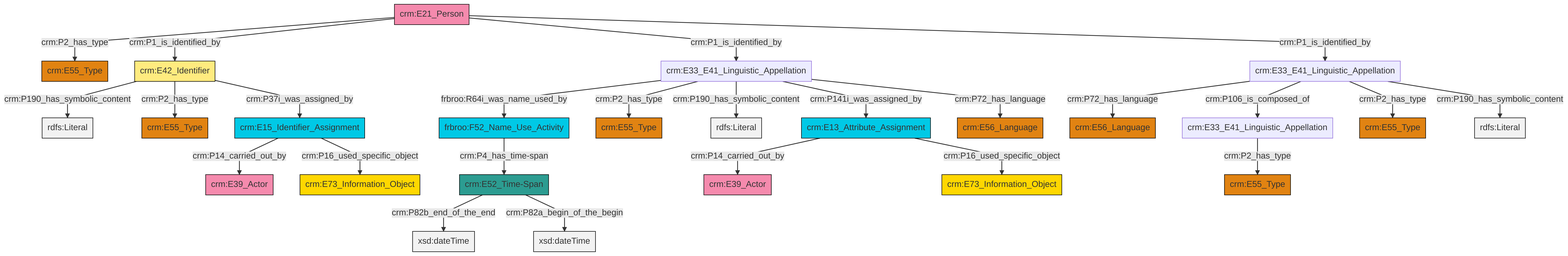
Before: et/personCSV/ttl/mmd/png/Person_Names_and_Classification.png, a diagram exported from Mermaid (swiss-art-research-net/reference-data-models). Its source is kept beside it as et/personCSV/ttl/mmd/Person_Names_and_Classification.ttl.mmd.
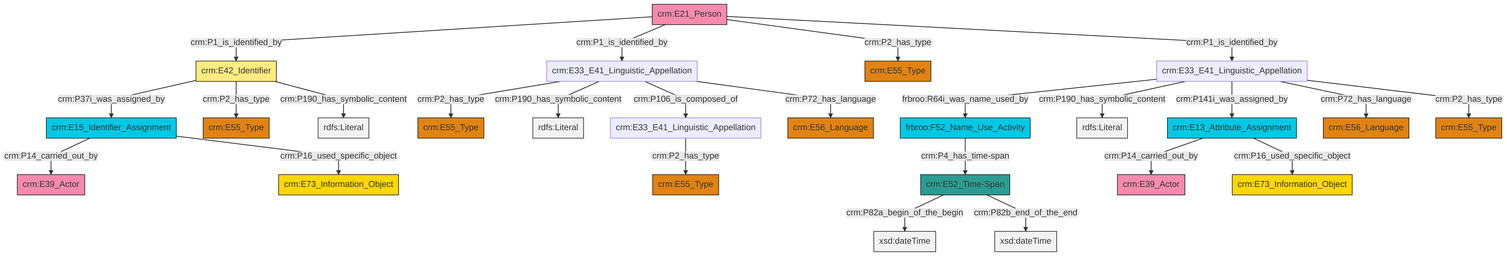
The same file after the commit.

What changed in the source:
```diff
@@ -13,27 +13,27 @@
 classDef PC_Classes fill:#4ce600, stroke:#000000;
 classDef Multi fill:#cccccc,stroke:#000000;
 
-2["crm:E13_Attribute_Assignment"]:::Temporal_Entity -->|crm:P14_carried_out_by| 0["crm:E39_Actor"]:::Actor
-3["crm:E21_Person"]:::Actor -->|crm:P2_has_type| 4["crm:E55_Type"]:::Type
-7["crm:E33_E41_Linguistic_Appellation"]:::Default -->|frbroo:R64i_was_name_used_by| 8["frbroo:F52_Name_Use_Activity"]:::Temporal_Entity
-3["crm:E21_Person"]:::Actor -->|crm:P1_is_identified_by| 9["crm:E42_Identifier"]:::Appellation
-3["crm:E21_Person"]:::Actor -->|crm:P1_is_identified_by| 7["crm:E33_E41_Linguistic_Appellation"]:::Default
-7["crm:E33_E41_Linguistic_Appellation"]:::Default -->|crm:P2_has_type| 15["crm:E55_Type"]:::Type
-2["crm:E13_Attribute_Assignment"]:::Temporal_Entity -->|crm:P16_used_specific_object| 19["crm:E73_Information_Object"]:::Conceptual_Object
-10["crm:E33_E41_Linguistic_Appellation"]:::Default -->|crm:P72_has_language| 22["crm:E56_Language"]:::Type
-10["crm:E33_E41_Linguistic_Appellation"]:::Default -->|crm:P106_is_composed_of| 12["crm:E33_E41_Linguistic_Appellation"]:::Default
-7["crm:E33_E41_Linguistic_Appellation"]:::Default -->|crm:P190_has_symbolic_content| 25[rdfs:Literal]:::Literal
-9["crm:E42_Identifier"]:::Appellation -->|crm:P190_has_symbolic_content| 26[rdfs:Literal]:::Literal
-12["crm:E33_E41_Linguistic_Appellation"]:::Default -->|crm:P2_has_type| 28["crm:E55_Type"]:::Type
-9["crm:E42_Identifier"]:::Appellation -->|crm:P2_has_type| 20["crm:E55_Type"]:::Type
-7["crm:E33_E41_Linguistic_Appellation"]:::Default -->|crm:P141i_was_assigned_by| 2["crm:E13_Attribute_Assignment"]:::Temporal_Entity
-9["crm:E42_Identifier"]:::Appellation -->|crm:P37i_was_assigned_by| 5["crm:E15_Identifier_Assignment"]:::Temporal_Entity
-10["crm:E33_E41_Linguistic_Appellation"]:::Default -->|crm:P2_has_type| 16["crm:E55_Type"]:::Type
-37["crm:E52_Time-Span"]:::Time-Span -->|crm:P82b_end_of_the_end| 38[xsd:dateTime]:::Literal
-5["crm:E15_Identifier_Assignment"]:::Temporal_Entity -->|crm:P14_carried_out_by| 34["crm:E39_Actor"]:::Actor
-7["crm:E33_E41_Linguistic_Appellation"]:::Default -->|crm:P72_has_language| 31["crm:E56_Language"]:::Type
-10["crm:E33_E41_Linguistic_Appellation"]:::Default -->|crm:P190_has_symbolic_content| 44[rdfs:Literal]:::Literal
-5["crm:E15_Identifier_Assignment"]:::Temporal_Entity -->|crm:P16_used_specific_object| 23["crm:E73_Information_Object"]:::Conceptual_Object
-37["crm:E52_Time-Span"]:::Time-Span -->|crm:P82a_begin_of_the_begin| 46[xsd:dateTime]:::Literal
-8["frbroo:F52_Name_Use_Activity"]:::Temporal_Entity -->|crm:P4_has_time-span| 37["crm:E52_Time-Span"]:::Time-Span
-3["crm:E21_Person"]:::Actor -->|crm:P1_is_identified_by| 10["crm:E33_E41_Linguistic_Appellation"]:::Default
+2["crm:E21_Person"]:::Actor -->|crm:P1_is_identified_by| 3["crm:E42_Identifier"]:::Appellation
+10["crm:E15_Identifier_Assignment"]:::Temporal_Entity -->|crm:P14_carried_out_by| 11["crm:E39_Actor"]:::Actor
+12["crm:E33_E41_Linguistic_Appellation"]:::Default -->|crm:P2_has_type| 4["crm:E55_Type"]:::Type
+0["crm:E33_E41_Linguistic_Appellation"]:::Default -->|frbroo:R64i_was_name_used_by| 13["frbroo:F52_Name_Use_Activity"]:::Temporal_Entity
+16["crm:E52_Time-Span"]:::Time-Span -->|crm:P82a_begin_of_the_begin| 17[xsd:dateTime]:::Literal
+0["crm:E33_E41_Linguistic_Appellation"]:::Default -->|crm:P190_has_symbolic_content| 18[rdfs:Literal]:::Literal
+6["crm:E13_Attribute_Assignment"]:::Temporal_Entity -->|crm:P14_carried_out_by| 21["crm:E39_Actor"]:::Actor
+10["crm:E15_Identifier_Assignment"]:::Temporal_Entity -->|crm:P16_used_specific_object| 22["crm:E73_Information_Object"]:::Conceptual_Object
+6["crm:E13_Attribute_Assignment"]:::Temporal_Entity -->|crm:P16_used_specific_object| 8["crm:E73_Information_Object"]:::Conceptual_Object
+3["crm:E42_Identifier"]:::Appellation -->|crm:P37i_was_assigned_by| 10["crm:E15_Identifier_Assignment"]:::Temporal_Entity
+0["crm:E33_E41_Linguistic_Appellation"]:::Default -->|crm:P141i_was_assigned_by| 6["crm:E13_Attribute_Assignment"]:::Temporal_Entity
+0["crm:E33_E41_Linguistic_Appellation"]:::Default -->|crm:P72_has_language| 29["crm:E56_Language"]:::Type
+0["crm:E33_E41_Linguistic_Appellation"]:::Default -->|crm:P2_has_type| 26["crm:E55_Type"]:::Type
+3["crm:E42_Identifier"]:::Appellation -->|crm:P2_has_type| 14["crm:E55_Type"]:::Type
+12["crm:E33_E41_Linguistic_Appellation"]:::Default -->|crm:P190_has_symbolic_content| 35[rdfs:Literal]:::Literal
+12["crm:E33_E41_Linguistic_Appellation"]:::Default -->|crm:P106_is_composed_of| 19["crm:E33_E41_Linguistic_Appellation"]:::Default
+19["crm:E33_E41_Linguistic_Appellation"]:::Default -->|crm:P2_has_type| 37["crm:E55_Type"]:::Type
+2["crm:E21_Person"]:::Actor -->|crm:P1_is_identified_by| 12["crm:E33_E41_Linguistic_Appellation"]:::Default
+13["frbroo:F52_Name_Use_Activity"]:::Temporal_Entity -->|crm:P4_has_time-span| 16["crm:E52_Time-Span"]:::Time-Span
+2["crm:E21_Person"]:::Actor -->|crm:P2_has_type| 38["crm:E55_Type"]:::Type
+12["crm:E33_E41_Linguistic_Appellation"]:::Default -->|crm:P72_has_language| 33["crm:E56_Language"]:::Type
+2["crm:E21_Person"]:::Actor -->|crm:P1_is_identified_by| 0["crm:E33_E41_Linguistic_Appellation"]:::Default
+16["crm:E52_Time-Span"]:::Time-Span -->|crm:P82b_end_of_the_end| 39[xsd:dateTime]:::Literal
+3["crm:E42_Identifier"]:::Appellation -->|crm:P190_has_symbolic_content| 43[rdfs:Literal]:::Literal
```
